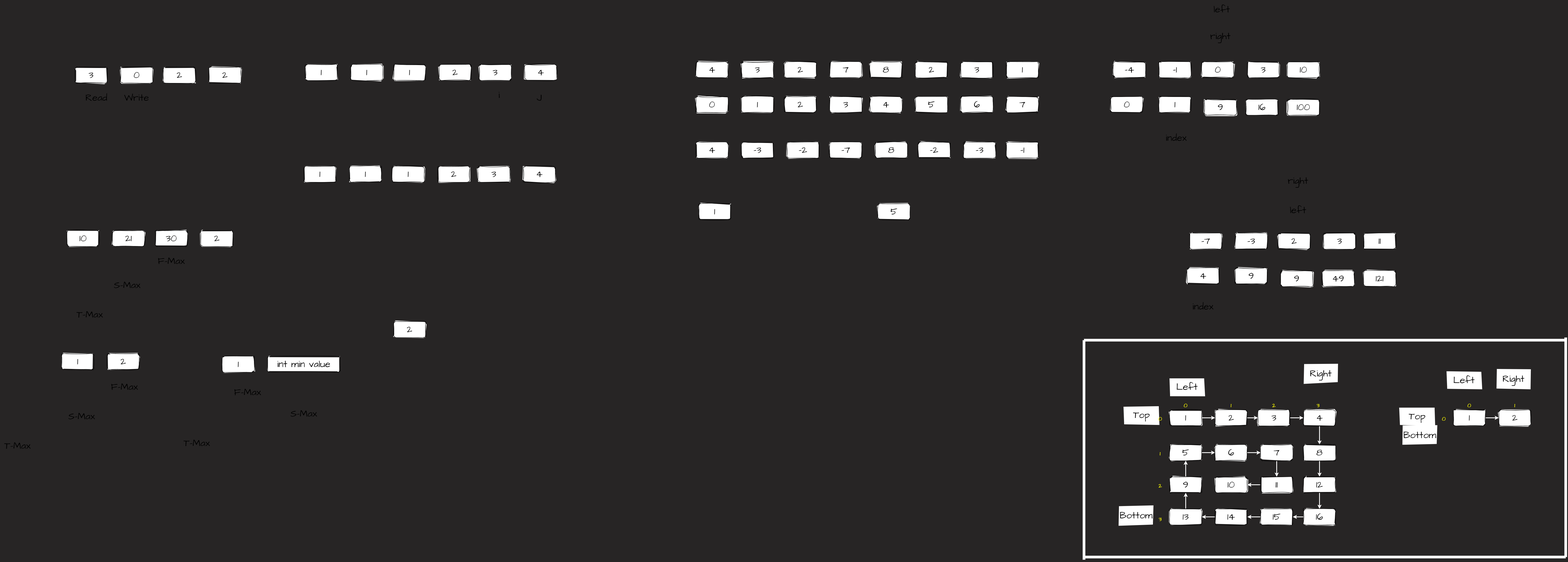
Omar-Abo-Ziada/Problem_Solving keeps this draw.io diagram as Diagrams/BrainStorming.drawio.png. Above is the earlier version. Source tidied: cells renumbered, new cells last; positions are measured from the earlier drawing's top-left corner, leaving out a move shared by most shapes.
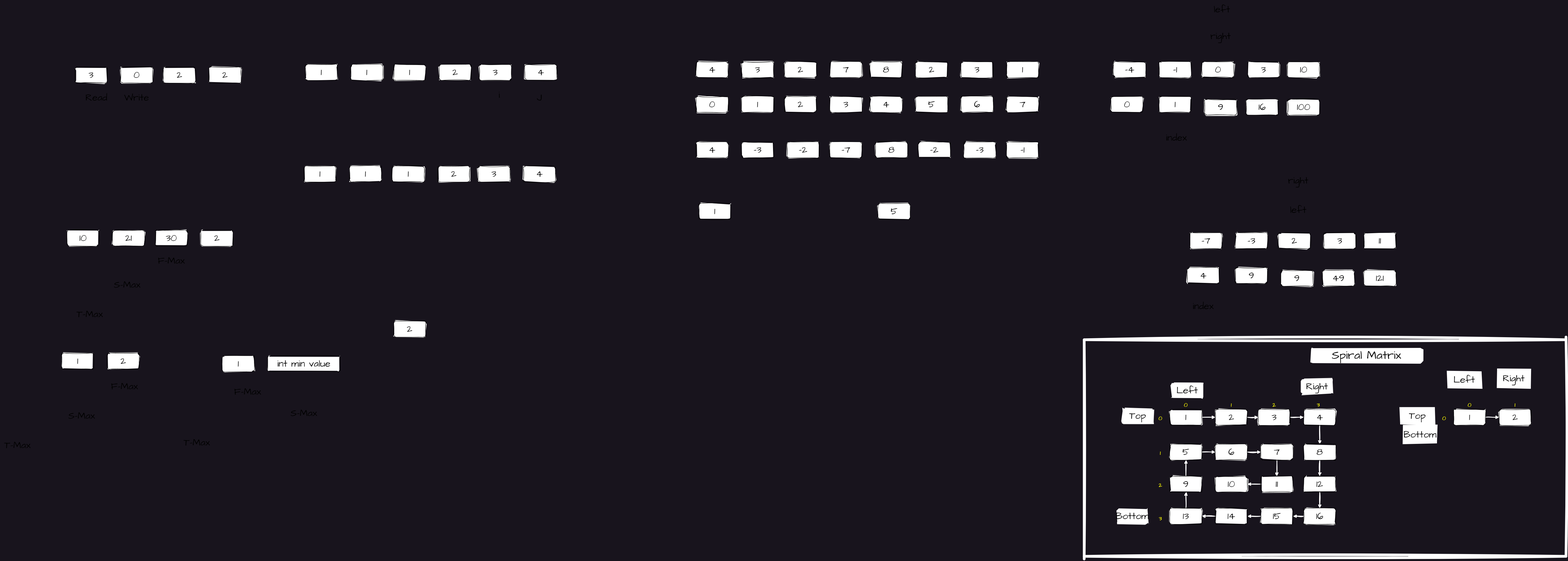
After the commit.

The edit, as a diff of the source:
```diff
@@ -1,4 +1,4 @@
-<mxGraphModel background="#272525">
+<mxGraphModel background="#18141D">
   <root>
     <mxCell id="0" />
     <mxCell id="1" parent="0" />
@@ -272,73 +272,73 @@
     <mxCell id="91" value="index" style="text;html=1;strokeColor=none;fillColor=none;align=center;verticalAlign=middle;whiteSpace=wrap;rounded=0;sketch=1;hachureGap=4;jiggle=2;curveFitting=1;fontFamily=Architects Daughter;fontSource=https%3A%2F%2Ffonts.googleapis.com%2Fcss%3Ffamily%3DArchitects%2BDaughter;fontSize=36;" parent="1" vertex="1">
       <mxGeometry x="4430" y="1110" width="130" height="70" as="geometry" />
     </mxCell>
-    <mxCell id="92" style="endArrow=none;html=1;fillColor=#ffcccc;strokeColor=#FFFFFF;strokeWidth=10;" parent="1" edge="1">
+    <mxCell id="92" style="endArrow=none;html=1;fillColor=#ffcccc;strokeColor=#FFFFFF;strokeWidth=10;sketch=1;curveFitting=1;jiggle=2;" parent="1" edge="1">
       <mxGeometry relative="1" as="geometry">
         <mxPoint x="4050" y="2090" as="sourcePoint" />
         <mxPoint x="4050" y="1270" as="targetPoint" />
       </mxGeometry>
     </mxCell>
-    <mxCell id="93" style="endArrow=none;html=1;fillColor=#ffcccc;strokeColor=#FFFFFF;strokeWidth=10;" parent="1" edge="1">
+    <mxCell id="93" style="endArrow=none;html=1;fillColor=#ffcccc;strokeColor=#FFFFFF;strokeWidth=10;sketch=1;curveFitting=1;jiggle=2;" parent="1" edge="1">
       <mxGeometry relative="1" as="geometry">
         <mxPoint x="5850" y="1270" as="sourcePoint" />
         <mxPoint x="4050" y="1270" as="targetPoint" />
       </mxGeometry>
     </mxCell>
-    <mxCell id="94" style="edgeStyle=none;html=1;strokeColor=#FFFFFF;strokeWidth=3;" parent="1" edge="1" source="95" target="97">
+    <mxCell id="94" style="edgeStyle=none;html=1;strokeColor=#FFFFFF;strokeWidth=3;sketch=1;curveFitting=1;jiggle=2;" parent="1" edge="1" source="95" target="97">
       <mxGeometry relative="1" as="geometry" />
     </mxCell>
     <mxCell id="95" value="&lt;font style=&quot;font-size: 36px;&quot;&gt;1&lt;/font&gt;" style="rounded=1;whiteSpace=wrap;html=1;sketch=1;hachureGap=4;jiggle=2;curveFitting=1;fontFamily=Architects Daughter;fontSource=https%3A%2F%2Ffonts.googleapis.com%2Fcss%3Ffamily%3DArchitects%2BDaughter;fontSize=20;" parent="1" vertex="1">
       <mxGeometry x="4370" y="1530" width="120" height="60" as="geometry" />
     </mxCell>
-    <mxCell id="96" style="edgeStyle=none;html=1;strokeColor=#FFFFFF;strokeWidth=3;" parent="1" edge="1" source="97" target="99">
+    <mxCell id="96" style="edgeStyle=none;html=1;strokeColor=#FFFFFF;strokeWidth=3;sketch=1;curveFitting=1;jiggle=2;" parent="1" edge="1" source="97" target="99">
       <mxGeometry relative="1" as="geometry" />
     </mxCell>
     <mxCell id="97" value="&lt;font style=&quot;font-size: 36px;&quot;&gt;2&lt;/font&gt;" style="rounded=1;whiteSpace=wrap;html=1;sketch=1;hachureGap=4;jiggle=2;curveFitting=1;fontFamily=Architects Daughter;fontSource=https%3A%2F%2Ffonts.googleapis.com%2Fcss%3Ffamily%3DArchitects%2BDaughter;fontSize=20;" parent="1" vertex="1">
       <mxGeometry x="4540" y="1530" width="120" height="60" as="geometry" />
     </mxCell>
-    <mxCell id="98" style="edgeStyle=none;html=1;strokeColor=#FFFFFF;strokeWidth=3;" parent="1" edge="1" source="99" target="101">
+    <mxCell id="98" style="edgeStyle=none;html=1;strokeColor=#FFFFFF;strokeWidth=3;sketch=1;curveFitting=1;jiggle=2;" parent="1" edge="1" source="99" target="101">
       <mxGeometry relative="1" as="geometry" />
     </mxCell>
     <mxCell id="99" value="&lt;font style=&quot;font-size: 36px;&quot;&gt;3&lt;/font&gt;" style="rounded=1;whiteSpace=wrap;html=1;sketch=1;hachureGap=4;jiggle=2;curveFitting=1;fontFamily=Architects Daughter;fontSource=https%3A%2F%2Ffonts.googleapis.com%2Fcss%3Ffamily%3DArchitects%2BDaughter;fontSize=20;" parent="1" vertex="1">
       <mxGeometry x="4700" y="1530" width="120" height="60" as="geometry" />
     </mxCell>
-    <mxCell id="100" style="edgeStyle=none;html=1;strokeColor=#FFFFFF;strokeWidth=3;" parent="1" edge="1" source="101" target="109">
+    <mxCell id="100" style="edgeStyle=none;html=1;strokeColor=#FFFFFF;strokeWidth=3;sketch=1;curveFitting=1;jiggle=2;" parent="1" edge="1" source="101" target="109">
       <mxGeometry relative="1" as="geometry" />
     </mxCell>
     <mxCell id="101" value="&lt;font style=&quot;font-size: 36px;&quot;&gt;4&lt;/font&gt;" style="rounded=1;whiteSpace=wrap;html=1;sketch=1;hachureGap=4;jiggle=2;curveFitting=1;fontFamily=Architects Daughter;fontSource=https%3A%2F%2Ffonts.googleapis.com%2Fcss%3Ffamily%3DArchitects%2BDaughter;fontSize=20;" parent="1" vertex="1">
       <mxGeometry x="4870" y="1530" width="120" height="60" as="geometry" />
     </mxCell>
-    <mxCell id="102" style="edgeStyle=none;html=1;strokeColor=#FFFFFF;strokeWidth=3;" parent="1" edge="1" source="103" target="105">
+    <mxCell id="102" style="edgeStyle=none;html=1;strokeColor=#FFFFFF;strokeWidth=3;sketch=1;curveFitting=1;jiggle=2;" parent="1" edge="1" source="103" target="105">
       <mxGeometry relative="1" as="geometry" />
     </mxCell>
     <mxCell id="103" value="&lt;font style=&quot;font-size: 36px;&quot;&gt;5&lt;/font&gt;" style="rounded=1;whiteSpace=wrap;html=1;sketch=1;hachureGap=4;jiggle=2;curveFitting=1;fontFamily=Architects Daughter;fontSource=https%3A%2F%2Ffonts.googleapis.com%2Fcss%3Ffamily%3DArchitects%2BDaughter;fontSize=20;" parent="1" vertex="1">
       <mxGeometry x="4370" y="1660" width="120" height="60" as="geometry" />
     </mxCell>
-    <mxCell id="104" style="edgeStyle=none;html=1;strokeColor=#FFFFFF;strokeWidth=3;" parent="1" edge="1" source="105" target="107">
+    <mxCell id="104" style="edgeStyle=none;html=1;strokeColor=#FFFFFF;strokeWidth=3;sketch=1;curveFitting=1;jiggle=2;" parent="1" edge="1" source="105" target="107">
       <mxGeometry relative="1" as="geometry" />
     </mxCell>
     <mxCell id="105" value="&lt;font style=&quot;font-size: 36px;&quot;&gt;6&lt;/font&gt;" style="rounded=1;whiteSpace=wrap;html=1;sketch=1;hachureGap=4;jiggle=2;curveFitting=1;fontFamily=Architects Daughter;fontSource=https%3A%2F%2Ffonts.googleapis.com%2Fcss%3Ffamily%3DArchitects%2BDaughter;fontSize=20;" parent="1" vertex="1">
       <mxGeometry x="4540" y="1660" width="120" height="60" as="geometry" />
     </mxCell>
-    <mxCell id="106" style="edgeStyle=none;html=1;strokeColor=#FFFFFF;strokeWidth=3;" parent="1" edge="1" source="107" target="113">
+    <mxCell id="106" style="edgeStyle=none;html=1;strokeColor=#FFFFFF;strokeWidth=3;sketch=1;curveFitting=1;jiggle=2;" parent="1" edge="1" source="107" target="113">
       <mxGeometry relative="1" as="geometry" />
     </mxCell>
     <mxCell id="107" value="&lt;font style=&quot;font-size: 36px;&quot;&gt;7&lt;/font&gt;" style="rounded=1;whiteSpace=wrap;html=1;sketch=1;hachureGap=4;jiggle=2;curveFitting=1;fontFamily=Architects Daughter;fontSource=https%3A%2F%2Ffonts.googleapis.com%2Fcss%3Ffamily%3DArchitects%2BDaughter;fontSize=20;" parent="1" vertex="1">
       <mxGeometry x="4710" y="1660" width="120" height="60" as="geometry" />
     </mxCell>
-    <mxCell id="108" style="edgeStyle=none;html=1;strokeColor=#FFFFFF;strokeWidth=3;" parent="1" edge="1" source="109" target="111">
+    <mxCell id="108" style="edgeStyle=none;html=1;strokeColor=#FFFFFF;strokeWidth=3;sketch=1;curveFitting=1;jiggle=2;" parent="1" edge="1" source="109" target="111">
       <mxGeometry relative="1" as="geometry" />
     </mxCell>
     <mxCell id="109" value="&lt;font style=&quot;font-size: 36px;&quot;&gt;8&lt;/font&gt;" style="rounded=1;whiteSpace=wrap;html=1;sketch=1;hachureGap=4;jiggle=2;curveFitting=1;fontFamily=Architects Daughter;fontSource=https%3A%2F%2Ffonts.googleapis.com%2Fcss%3Ffamily%3DArchitects%2BDaughter;fontSize=20;" parent="1" vertex="1">
       <mxGeometry x="4870" y="1660" width="120" height="60" as="geometry" />
     </mxCell>
-    <mxCell id="110" style="edgeStyle=none;html=1;strokeColor=#FFFFFF;strokeWidth=3;" parent="1" edge="1" source="111" target="118">
+    <mxCell id="110" style="edgeStyle=none;html=1;strokeColor=#FFFFFF;strokeWidth=3;sketch=1;curveFitting=1;jiggle=2;" parent="1" edge="1" source="111" target="118">
       <mxGeometry relative="1" as="geometry" />
     </mxCell>
     <mxCell id="111" value="&lt;font style=&quot;font-size: 36px;&quot;&gt;12&lt;/font&gt;" style="rounded=1;whiteSpace=wrap;html=1;sketch=1;hachureGap=4;jiggle=2;curveFitting=1;fontFamily=Architects Daughter;fontSource=https%3A%2F%2Ffonts.googleapis.com%2Fcss%3Ffamily%3DArchitects%2BDaughter;fontSize=20;" parent="1" vertex="1">
       <mxGeometry x="4870" y="1780" width="120" height="60" as="geometry" />
     </mxCell>
-    <mxCell id="112" style="edgeStyle=none;html=1;strokeColor=#FFFFFF;strokeWidth=3;" parent="1" edge="1" source="113" target="114">
+    <mxCell id="112" style="edgeStyle=none;html=1;strokeColor=#FFFFFF;strokeWidth=3;sketch=1;curveFitting=1;jiggle=2;" parent="1" edge="1" source="113" target="114">
       <mxGeometry relative="1" as="geometry" />
     </mxCell>
     <mxCell id="113" value="&lt;font style=&quot;font-size: 36px;&quot;&gt;11&lt;/font&gt;" style="rounded=1;whiteSpace=wrap;html=1;sketch=1;hachureGap=4;jiggle=2;curveFitting=1;fontFamily=Architects Daughter;fontSource=https%3A%2F%2Ffonts.googleapis.com%2Fcss%3Ffamily%3DArchitects%2BDaughter;fontSize=20;" parent="1" vertex="1">
@@ -347,48 +347,36 @@
     <mxCell id="114" value="&lt;font style=&quot;font-size: 36px;&quot;&gt;10&lt;/font&gt;" style="rounded=1;whiteSpace=wrap;html=1;sketch=1;hachureGap=4;jiggle=2;curveFitting=1;fontFamily=Architects Daughter;fontSource=https%3A%2F%2Ffonts.googleapis.com%2Fcss%3Ffamily%3DArchitects%2BDaughter;fontSize=20;" parent="1" vertex="1">
       <mxGeometry x="4540" y="1780" width="120" height="60" as="geometry" />
     </mxCell>
-    <mxCell id="115" style="edgeStyle=none;html=1;strokeColor=#FFFFFF;strokeWidth=3;" parent="1" edge="1" source="116" target="103">
+    <mxCell id="115" style="edgeStyle=none;html=1;strokeColor=#FFFFFF;strokeWidth=3;sketch=1;curveFitting=1;jiggle=2;" parent="1" edge="1" source="116" target="103">
       <mxGeometry relative="1" as="geometry" />
     </mxCell>
     <mxCell id="116" value="&lt;font style=&quot;font-size: 36px;&quot;&gt;9&lt;/font&gt;" style="rounded=1;whiteSpace=wrap;html=1;sketch=1;hachureGap=4;jiggle=2;curveFitting=1;fontFamily=Architects Daughter;fontSource=https%3A%2F%2Ffonts.googleapis.com%2Fcss%3Ffamily%3DArchitects%2BDaughter;fontSize=20;" parent="1" vertex="1">
       <mxGeometry x="4370" y="1780" width="120" height="60" as="geometry" />
     </mxCell>
-    <mxCell id="117" style="edgeStyle=none;html=1;strokeColor=#FFFFFF;strokeWidth=3;" parent="1" edge="1" source="118" target="120">
+    <mxCell id="117" style="edgeStyle=none;html=1;strokeColor=#FFFFFF;strokeWidth=3;sketch=1;curveFitting=1;jiggle=2;" parent="1" edge="1" source="118" target="120">
       <mxGeometry relative="1" as="geometry" />
     </mxCell>
     <mxCell id="118" value="&lt;font style=&quot;font-size: 36px;&quot;&gt;16&lt;/font&gt;" style="rounded=1;whiteSpace=wrap;html=1;sketch=1;hachureGap=4;jiggle=2;curveFitting=1;fontFamily=Architects Daughter;fontSource=https%3A%2F%2Ffonts.googleapis.com%2Fcss%3Ffamily%3DArchitects%2BDaughter;fontSize=20;" parent="1" vertex="1">
       <mxGeometry x="4870" y="1900" width="120" height="60" as="geometry" />
     </mxCell>
-    <mxCell id="119" style="edgeStyle=none;html=1;strokeColor=#FFFFFF;strokeWidth=3;" parent="1" edge="1" source="120" target="122">
+    <mxCell id="119" style="edgeStyle=none;html=1;strokeColor=#FFFFFF;strokeWidth=3;sketch=1;curveFitting=1;jiggle=2;" parent="1" edge="1" source="120" target="122">
       <mxGeometry relative="1" as="geometry" />
     </mxCell>
     <mxCell id="120" value="&lt;font style=&quot;font-size: 36px;&quot;&gt;15&lt;/font&gt;" style="rounded=1;whiteSpace=wrap;html=1;sketch=1;hachureGap=4;jiggle=2;curveFitting=1;fontFamily=Architects Daughter;fontSource=https%3A%2F%2Ffonts.googleapis.com%2Fcss%3Ffamily%3DArchitects%2BDaughter;fontSize=20;" parent="1" vertex="1">
       <mxGeometry x="4710" y="1900" width="120" height="60" as="geometry" />
     </mxCell>
-    <mxCell id="121" style="edgeStyle=none;html=1;strokeColor=#FFFFFF;strokeWidth=3;" parent="1" edge="1" source="122" target="124">
+    <mxCell id="121" style="edgeStyle=none;html=1;strokeColor=#FFFFFF;strokeWidth=3;sketch=1;curveFitting=1;jiggle=2;" parent="1" edge="1" source="122" target="124">
       <mxGeometry relative="1" as="geometry" />
     </mxCell>
     <mxCell id="122" value="&lt;font style=&quot;font-size: 36px;&quot;&gt;14&lt;/font&gt;" style="rounded=1;whiteSpace=wrap;html=1;sketch=1;hachureGap=4;jiggle=2;curveFitting=1;fontFamily=Architects Daughter;fontSource=https%3A%2F%2Ffonts.googleapis.com%2Fcss%3Ffamily%3DArchitects%2BDaughter;fontSize=20;" parent="1" vertex="1">
       <mxGeometry x="4540" y="1900" width="120" height="60" as="geometry" />
     </mxCell>
-    <mxCell id="123" style="edgeStyle=none;html=1;strokeColor=#FFFFFF;strokeWidth=3;" parent="1" edge="1" source="124" target="116">
+    <mxCell id="123" style="edgeStyle=none;html=1;strokeColor=#FFFFFF;strokeWidth=3;sketch=1;curveFitting=1;jiggle=2;" parent="1" edge="1" source="124" target="116">
       <mxGeometry relative="1" as="geometry" />
     </mxCell>
     <mxCell id="124" value="&lt;font style=&quot;font-size: 36px;&quot;&gt;13&lt;/font&gt;" style="rounded=1;whiteSpace=wrap;html=1;sketch=1;hachureGap=4;jiggle=2;curveFitting=1;fontFamily=Architects Daughter;fontSource=https%3A%2F%2Ffonts.googleapis.com%2Fcss%3Ffamily%3DArchitects%2BDaughter;fontSize=20;" parent="1" vertex="1">
       <mxGeometry x="4370" y="1900" width="120" height="60" as="geometry" />
     </mxCell>
-    <mxCell id="125" value="Left" style="text;html=1;strokeColor=none;fillColor=default;align=center;verticalAlign=middle;whiteSpace=wrap;rounded=0;sketch=1;hachureGap=4;jiggle=2;curveFitting=1;fontFamily=Architects Daughter;fontSource=https%3A%2F%2Ffonts.googleapis.com%2Fcss%3Ffamily%3DArchitects%2BDaughter;fontSize=36;" parent="1" vertex="1">
-      <mxGeometry x="4370" y="1410" width="130" height="70" as="geometry" />
-    </mxCell>
-    <mxCell id="126" value="Right" style="text;html=1;strokeColor=none;fillColor=default;align=center;verticalAlign=middle;whiteSpace=wrap;rounded=0;sketch=1;hachureGap=4;jiggle=2;curveFitting=1;fontFamily=Architects Daughter;fontSource=https%3A%2F%2Ffonts.googleapis.com%2Fcss%3Ffamily%3DArchitects%2BDaughter;fontSize=36;" parent="1" vertex="1">
-      <mxGeometry x="4870" y="1360" width="130" height="70" as="geometry" />
-    </mxCell>
-    <mxCell id="127" value="Top" style="text;html=1;strokeColor=none;fillColor=default;align=center;verticalAlign=middle;whiteSpace=wrap;rounded=0;sketch=1;hachureGap=4;jiggle=2;curveFitting=1;fontFamily=Architects Daughter;fontSource=https%3A%2F%2Ffonts.googleapis.com%2Fcss%3Ffamily%3DArchitects%2BDaughter;fontSize=36;" parent="1" vertex="1">
-      <mxGeometry x="4200" y="1515" width="130" height="70" as="geometry" />
-    </mxCell>
-    <mxCell id="128" value="Bottom" style="text;html=1;strokeColor=none;fillColor=default;align=center;verticalAlign=middle;whiteSpace=wrap;rounded=0;sketch=1;hachureGap=4;jiggle=2;curveFitting=1;fontFamily=Architects Daughter;fontSource=https%3A%2F%2Ffonts.googleapis.com%2Fcss%3Ffamily%3DArchitects%2BDaughter;fontSize=36;" parent="1" vertex="1">
-      <mxGeometry x="4180" y="1890" width="130" height="70" as="geometry" />
-    </mxCell>
     <mxCell id="129" value="&lt;font color=&quot;#ffff00&quot; style=&quot;font-size: 22px;&quot;&gt;0&lt;/font&gt;" style="text;html=1;strokeColor=none;fillColor=none;align=center;verticalAlign=middle;whiteSpace=wrap;rounded=0;sketch=1;hachureGap=4;jiggle=2;curveFitting=1;fontFamily=Architects Daughter;fontSource=https%3A%2F%2Ffonts.googleapis.com%2Fcss%3Ffamily%3DArchitects%2BDaughter;fontSize=36;" parent="1" vertex="1">
       <mxGeometry x="4395" y="1490" width="70" height="40" as="geometry" />
     </mxCell>
@@ -413,7 +401,7 @@
     <mxCell id="136" value="&lt;font color=&quot;#ffff00&quot; style=&quot;font-size: 22px;&quot;&gt;3&lt;/font&gt;" style="text;html=1;strokeColor=none;fillColor=none;align=center;verticalAlign=middle;whiteSpace=wrap;rounded=0;sketch=1;hachureGap=4;jiggle=2;curveFitting=1;fontFamily=Architects Daughter;fontSource=https%3A%2F%2Ffonts.googleapis.com%2Fcss%3Ffamily%3DArchitects%2BDaughter;fontSize=36;" parent="1" vertex="1">
       <mxGeometry x="4300" y="1915" width="70" height="40" as="geometry" />
     </mxCell>
-    <mxCell id="137" style="edgeStyle=none;html=1;strokeColor=#FFFFFF;strokeWidth=3;" parent="1" edge="1" source="138" target="139">
+    <mxCell id="137" style="edgeStyle=none;html=1;strokeColor=#FFFFFF;strokeWidth=3;sketch=1;curveFitting=1;jiggle=2;" parent="1" edge="1" source="138" target="139">
       <mxGeometry relative="1" as="geometry" />
     </mxCell>
     <mxCell id="138" value="&lt;font style=&quot;font-size: 36px;&quot;&gt;1&lt;/font&gt;" style="rounded=1;whiteSpace=wrap;html=1;sketch=1;hachureGap=4;jiggle=2;curveFitting=1;fontFamily=Architects Daughter;fontSource=https%3A%2F%2Ffonts.googleapis.com%2Fcss%3Ffamily%3DArchitects%2BDaughter;fontSize=20;" parent="1" vertex="1">
@@ -443,17 +431,32 @@
     <mxCell id="146" value="&lt;font color=&quot;#ffff00&quot; style=&quot;font-size: 22px;&quot;&gt;0&lt;/font&gt;" style="text;html=1;strokeColor=none;fillColor=none;align=center;verticalAlign=middle;whiteSpace=wrap;rounded=0;sketch=1;hachureGap=4;jiggle=2;curveFitting=1;fontFamily=Architects Daughter;fontSource=https%3A%2F%2Ffonts.googleapis.com%2Fcss%3Ffamily%3DArchitects%2BDaughter;fontSize=36;" parent="1" vertex="1">
       <mxGeometry x="5360" y="1540" width="70" height="40" as="geometry" />
     </mxCell>
-    <mxCell id="147" style="endArrow=none;html=1;fillColor=#ffcccc;strokeColor=#FFFFFF;strokeWidth=10;" parent="1" edge="1">
+    <mxCell id="147" style="endArrow=none;html=1;fillColor=#ffcccc;strokeColor=#FFFFFF;strokeWidth=10;sketch=1;curveFitting=1;jiggle=2;" parent="1" edge="1">
       <mxGeometry relative="1" as="geometry">
         <mxPoint x="5850" y="2080" as="sourcePoint" />
         <mxPoint x="4050" y="2080" as="targetPoint" />
       </mxGeometry>
     </mxCell>
-    <mxCell id="148" style="endArrow=none;html=1;fillColor=#ffcccc;strokeColor=#FFFFFF;strokeWidth=10;" parent="1" edge="1">
+    <mxCell id="148" style="endArrow=none;html=1;fillColor=#ffcccc;strokeColor=#FFFFFF;strokeWidth=10;sketch=1;curveFitting=1;jiggle=2;" parent="1" edge="1">
       <mxGeometry relative="1" as="geometry">
         <mxPoint x="5850" y="2080" as="sourcePoint" />
         <mxPoint x="5850" y="1260" as="targetPoint" />
       </mxGeometry>
     </mxCell>
+    <mxCell id="127" value="&lt;span style=&quot;font-size: 36px;&quot;&gt;Top&lt;/span&gt;" style="rounded=1;whiteSpace=wrap;html=1;sketch=1;hachureGap=4;jiggle=2;curveFitting=1;fontFamily=Architects Daughter;fontSource=https%3A%2F%2Ffonts.googleapis.com%2Fcss%3Ffamily%3DArchitects%2BDaughter;fontSize=20;strokeWidth=0;" parent="1" vertex="1">
+      <mxGeometry x="4190" y="1525" width="120" height="60" as="geometry" />
+    </mxCell>
+    <mxCell id="125" value="&lt;span style=&quot;font-size: 36px;&quot;&gt;Left&lt;/span&gt;" style="rounded=1;whiteSpace=wrap;html=1;sketch=1;hachureGap=4;jiggle=2;curveFitting=1;fontFamily=Architects Daughter;fontSource=https%3A%2F%2Ffonts.googleapis.com%2Fcss%3Ffamily%3DArchitects%2BDaughter;fontSize=20;strokeWidth=0;" parent="1" vertex="1">
+      <mxGeometry x="4375" y="1430" width="120" height="60" as="geometry" />
+    </mxCell>
+    <mxCell id="126" value="&lt;span style=&quot;font-size: 36px;&quot;&gt;Right&lt;/span&gt;" style="rounded=1;whiteSpace=wrap;html=1;sketch=1;hachureGap=4;jiggle=2;curveFitting=1;fontFamily=Architects Daughter;fontSource=https%3A%2F%2Ffonts.googleapis.com%2Fcss%3Ffamily%3DArchitects%2BDaughter;fontSize=20;strokeWidth=0;" parent="1" vertex="1">
+      <mxGeometry x="4860" y="1415" width="120" height="60" as="geometry" />
+    </mxCell>
+    <mxCell id="128" value="&lt;span style=&quot;font-size: 36px;&quot;&gt;Bottom&lt;/span&gt;" style="rounded=1;whiteSpace=wrap;html=1;sketch=1;hachureGap=4;jiggle=2;curveFitting=1;fontFamily=Architects Daughter;fontSource=https%3A%2F%2Ffonts.googleapis.com%2Fcss%3Ffamily%3DArchitects%2BDaughter;fontSize=20;strokeWidth=0;" parent="1" vertex="1">
+      <mxGeometry x="4170" y="1900" width="120" height="60" as="geometry" />
+    </mxCell>
+    <mxCell id="149" value="&lt;font style=&quot;font-size: 44px;&quot;&gt;Spiral Matrix&lt;/font&gt;" style="rounded=1;whiteSpace=wrap;html=1;sketch=1;hachureGap=4;jiggle=2;curveFitting=1;fontFamily=Architects Daughter;fontSource=https%3A%2F%2Ffonts.googleapis.com%2Fcss%3Ffamily%3DArchitects%2BDaughter;fontSize=20;strokeWidth=0;" parent="1" vertex="1">
+      <mxGeometry x="4895" y="1300" width="420" height="60" as="geometry" />
+    </mxCell>
   </root>
 </mxGraphModel>
```
